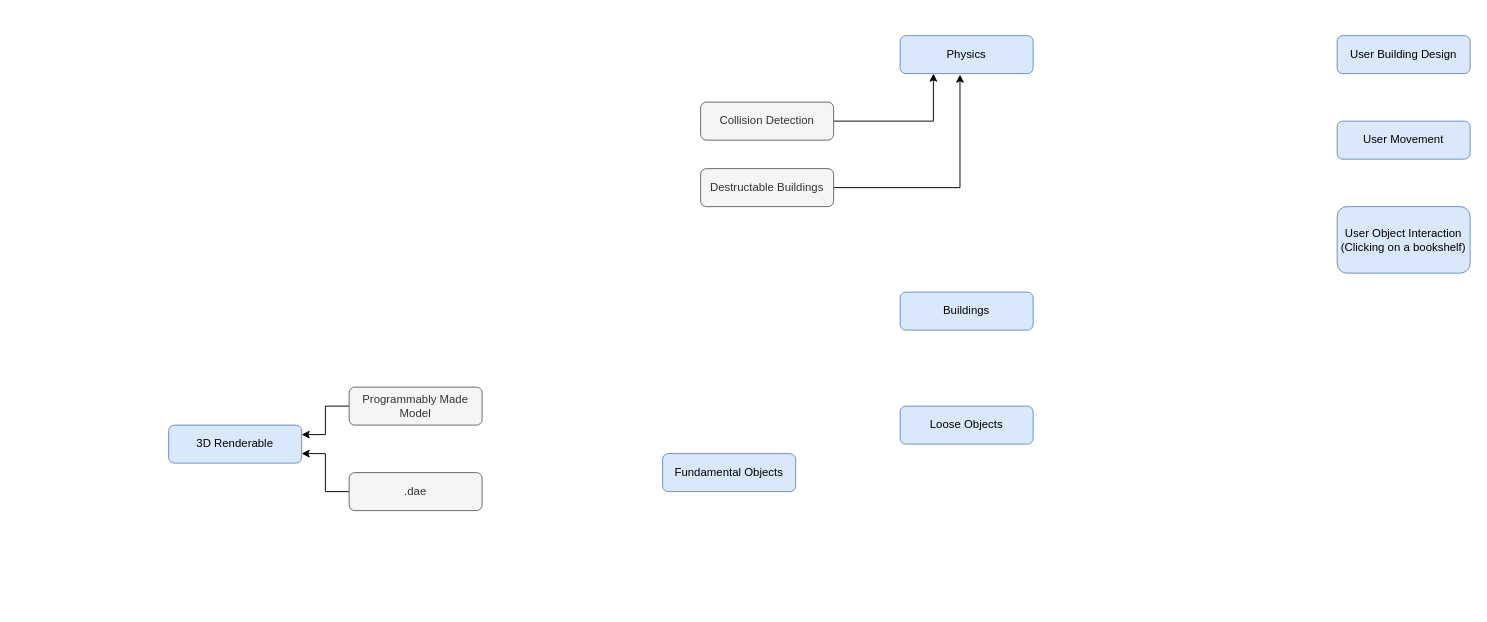
The draw.io diagram fobject.drawio in jsarasin/zombie_diagram, before the edit. Source tidied: cells renumbered, new cells numbered last; positions are measured from the earlier drawing's top-left corner, leaving out a move shared by most shapes. Both pictures are drawn from the tidied source at 95%, with x=0, y=0 at pixel (168, 35).
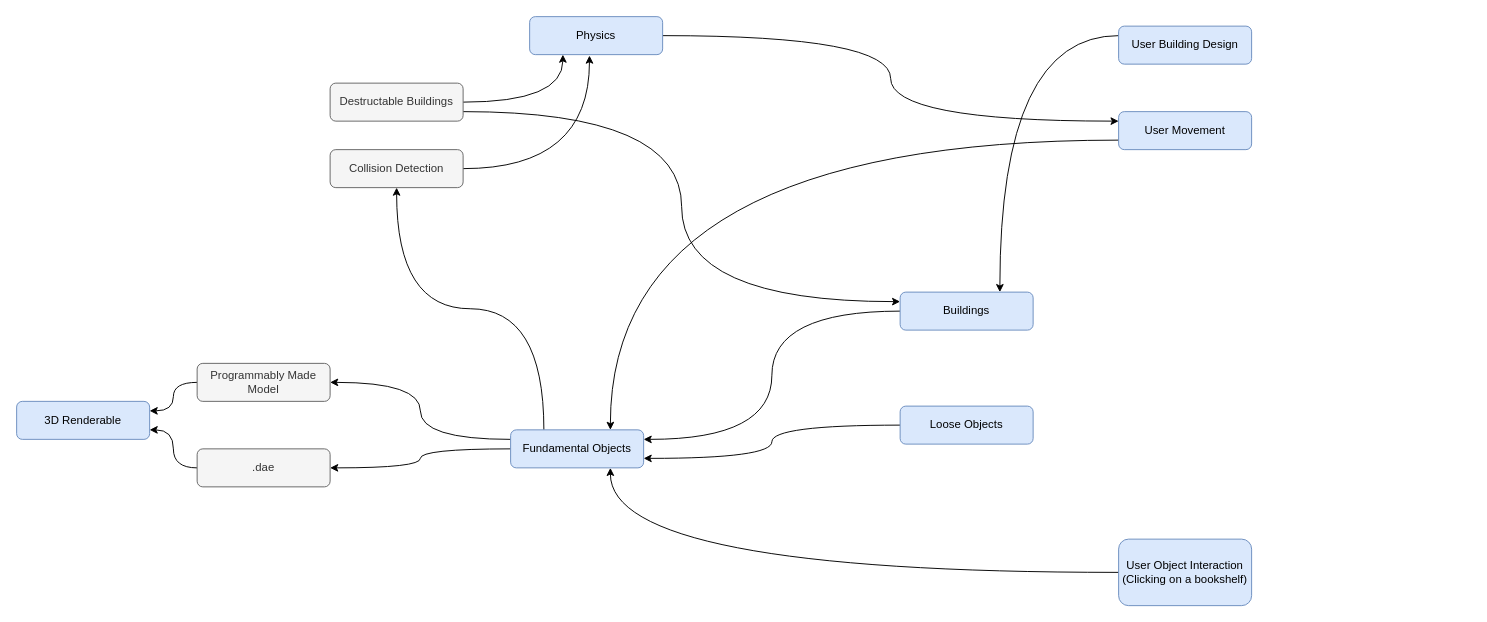
After the change.

Unchanged cells that the change refers to:
```xml
<mxCell id="10" value="Buildings" style="rounded=1;whiteSpace=wrap;html=1;fillColor=#dae8fc;strokeColor=#6c8ebf;" parent="1" vertex="1">
  <mxGeometry x="770" y="270" width="140" height="40" as="geometry" />
</mxCell>
<mxCell id="11" value="&lt;div&gt;Loose Objects&lt;/div&gt;" style="rounded=1;whiteSpace=wrap;html=1;fillColor=#dae8fc;strokeColor=#6c8ebf;" parent="1" vertex="1">
  <mxGeometry x="770" y="390" width="140" height="40" as="geometry" />
</mxCell>
```

Change to the diagram source:
```diff
@@
+    <mxCell id="18" style="edgeStyle=orthogonalEdgeStyle;jettySize=auto;html=1;exitX=1;exitY=0.5;exitDx=0;exitDy=0;entryX=0;entryY=0.25;entryDx=0;entryDy=0;curved=1;" parent="1" edge="1" source="2" target="8">
+      <mxGeometry relative="1" as="geometry" />
+    </mxCell>
     <mxCell id="2" value="Physics" style="rounded=1;whiteSpace=wrap;html=1;fillColor=#dae8fc;strokeColor=#6c8ebf;" parent="1" vertex="1">
-      <mxGeometry x="770" width="140" height="40" as="geometry" />
+      <mxGeometry x="380" y="-20" width="140" height="40" as="geometry" />
     </mxCell>
-    <mxCell id="3" style="edgeStyle=orthogonalEdgeStyle;rounded=0;jettySize=auto;html=1;exitX=1;exitY=0.5;exitDx=0;exitDy=0;entryX=0.25;entryY=1;entryDx=0;entryDy=0;" parent="1" edge="1" source="4" target="2">
+    <mxCell id="3" style="edgeStyle=orthogonalEdgeStyle;jettySize=auto;html=1;exitX=1;exitY=0.5;exitDx=0;exitDy=0;entryX=0.25;entryY=1;entryDx=0;entryDy=0;curved=1;" parent="1" edge="1" source="4" target="2">
       <mxGeometry relative="1" as="geometry" />
     </mxCell>
+    <mxCell id="19" style="edgeStyle=orthogonalEdgeStyle;jettySize=auto;html=1;exitX=1;exitY=0.75;exitDx=0;exitDy=0;entryX=0;entryY=0.25;entryDx=0;entryDy=0;curved=1;" parent="1" edge="1" source="4" target="10">
+      <mxGeometry relative="1" as="geometry" />
+    </mxCell>
-    <mxCell id="4" value="Collision Detection" style="rounded=1;whiteSpace=wrap;html=1;fillColor=#f5f5f5;strokeColor=#666666;fontColor=#333333;" parent="1" vertex="1">
-      <mxGeometry x="560" y="70" width="140" height="40" as="geometry" />
+    <mxCell id="4" value="Destructable Buildings" style="rounded=1;whiteSpace=wrap;html=1;fillColor=#f5f5f5;strokeColor=#666666;fontColor=#333333;" parent="1" vertex="1">
+      <mxGeometry x="170" y="50" width="140" height="40" as="geometry" />
     </mxCell>
-    <mxCell id="5" style="edgeStyle=orthogonalEdgeStyle;rounded=0;jettySize=auto;html=1;exitX=1;exitY=0.5;exitDx=0;exitDy=0;entryX=0.45;entryY=1.025;entryDx=0;entryDy=0;entryPerimeter=0;" parent="1" edge="1" source="6" target="2">
+    <mxCell id="5" style="edgeStyle=orthogonalEdgeStyle;jettySize=auto;html=1;exitX=1;exitY=0.5;exitDx=0;exitDy=0;entryX=0.45;entryY=1.025;entryDx=0;entryDy=0;entryPerimeter=0;curved=1;" parent="1" edge="1" source="6" target="2">
       <mxGeometry relative="1" as="geometry" />
     </mxCell>
-    <mxCell id="6" value="Destructable Buildings" style="rounded=1;whiteSpace=wrap;html=1;fillColor=#f5f5f5;strokeColor=#666666;fontColor=#333333;" parent="1" vertex="1">
-      <mxGeometry x="560" y="140" width="140" height="40" as="geometry" />
+    <mxCell id="6" value="Collision Detection" style="rounded=1;whiteSpace=wrap;html=1;fillColor=#f5f5f5;strokeColor=#666666;fontColor=#333333;" parent="1" vertex="1">
+      <mxGeometry x="170" y="120" width="140" height="40" as="geometry" />
     </mxCell>
+    <mxCell id="20" style="edgeStyle=orthogonalEdgeStyle;curved=1;jettySize=auto;html=1;exitX=0;exitY=0.25;exitDx=0;exitDy=0;entryX=0.75;entryY=0;entryDx=0;entryDy=0;" parent="1" edge="1" source="7" target="10">
+      <mxGeometry relative="1" as="geometry" />
+    </mxCell>
     <mxCell id="7" value="User Building Design" style="rounded=1;whiteSpace=wrap;html=1;fillColor=#dae8fc;strokeColor=#6c8ebf;" parent="1" vertex="1">
-      <mxGeometry x="1230" width="140" height="40" as="geometry" />
+      <mxGeometry x="1000" y="-10" width="140" height="40" as="geometry" />
     </mxCell>
+    <mxCell id="21" style="edgeStyle=orthogonalEdgeStyle;jettySize=auto;html=1;exitX=0;exitY=0.75;exitDx=0;exitDy=0;entryX=0.75;entryY=0;entryDx=0;entryDy=0;curved=1;" parent="1" edge="1" source="8" target="12">
+      <mxGeometry relative="1" as="geometry" />
+    </mxCell>
     <mxCell id="8" value="User Movement" style="rounded=1;whiteSpace=wrap;html=1;fillColor=#dae8fc;strokeColor=#6c8ebf;" parent="1" vertex="1">
-      <mxGeometry x="1230" y="90" width="140" height="40" as="geometry" />
+      <mxGeometry x="1000" y="80" width="140" height="40" as="geometry" />
     </mxCell>
+    <mxCell id="22" style="edgeStyle=orthogonalEdgeStyle;jettySize=auto;html=1;exitX=0;exitY=0.5;exitDx=0;exitDy=0;entryX=0.75;entryY=1;entryDx=0;entryDy=0;curved=1;" parent="1" edge="1" source="9" target="12">
+      <mxGeometry relative="1" as="geometry" />
+    </mxCell>
     <mxCell id="9" value="&lt;div&gt;User Object Interaction&lt;/div&gt;&lt;div&gt;(Clicking on a bookshelf)&lt;br&gt;&lt;/div&gt;" style="rounded=1;whiteSpace=wrap;html=1;fillColor=#dae8fc;strokeColor=#6c8ebf;" parent="1" vertex="1">
-      <mxGeometry x="1230" y="180" width="140" height="70" as="geometry" />
+      <mxGeometry x="1000" y="530" width="140" height="70" as="geometry" />
     </mxCell>
+    <mxCell id="23" style="edgeStyle=orthogonalEdgeStyle;jettySize=auto;html=1;exitX=0;exitY=0.5;exitDx=0;exitDy=0;entryX=1;entryY=0.25;entryDx=0;entryDy=0;curved=1;" parent="1" edge="1" source="10" target="12">
+      <mxGeometry relative="1" as="geometry" />
+    </mxCell>
@@
+    <mxCell id="24" style="edgeStyle=orthogonalEdgeStyle;jettySize=auto;html=1;exitX=0;exitY=0.5;exitDx=0;exitDy=0;entryX=1;entryY=0.75;entryDx=0;entryDy=0;curved=1;" parent="1" edge="1" source="11" target="12">
+      <mxGeometry relative="1" as="geometry" />
+    </mxCell>
@@
+    <mxCell id="25" style="edgeStyle=orthogonalEdgeStyle;jettySize=auto;html=1;exitX=0;exitY=0.25;exitDx=0;exitDy=0;entryX=1;entryY=0.5;entryDx=0;entryDy=0;curved=1;" parent="1" edge="1" source="12" target="15">
+      <mxGeometry relative="1" as="geometry" />
+    </mxCell>
+    <mxCell id="26" style="edgeStyle=orthogonalEdgeStyle;jettySize=auto;html=1;exitX=0;exitY=0.5;exitDx=0;exitDy=0;entryX=1;entryY=0.5;entryDx=0;entryDy=0;curved=1;" parent="1" edge="1" source="12" target="17">
+      <mxGeometry relative="1" as="geometry" />
+    </mxCell>
+    <mxCell id="27" style="edgeStyle=orthogonalEdgeStyle;jettySize=auto;html=1;exitX=0.25;exitY=0;exitDx=0;exitDy=0;entryX=0.5;entryY=1;entryDx=0;entryDy=0;curved=1;" parent="1" edge="1" source="12" target="6">
+      <mxGeometry relative="1" as="geometry" />
+    </mxCell>
     <mxCell id="12" value="Fundamental Objects" style="rounded=1;whiteSpace=wrap;html=1;fillColor=#dae8fc;strokeColor=#6c8ebf;" parent="1" vertex="1">
-      <mxGeometry x="520" y="440" width="140" height="40" as="geometry" />
+      <mxGeometry x="360" y="415" width="140" height="40" as="geometry" />
     </mxCell>
     <mxCell id="13" value="3D Renderable" style="rounded=1;whiteSpace=wrap;html=1;fillColor=#dae8fc;strokeColor=#6c8ebf;" parent="1" vertex="1">
-      <mxGeometry y="410" width="140" height="40" as="geometry" />
+      <mxGeometry x="-160" y="385" width="140" height="40" as="geometry" />
     </mxCell>
-    <mxCell id="14" style="edgeStyle=orthogonalEdgeStyle;rounded=0;jettySize=auto;html=1;exitX=0;exitY=0.5;exitDx=0;exitDy=0;entryX=1;entryY=0.25;entryDx=0;entryDy=0;" parent="1" edge="1" source="15" target="13">
+    <mxCell id="14" style="edgeStyle=orthogonalEdgeStyle;jettySize=auto;html=1;exitX=0;exitY=0.5;exitDx=0;exitDy=0;entryX=1;entryY=0.25;entryDx=0;entryDy=0;curved=1;" parent="1" edge="1" source="15" target="13">
       <mxGeometry relative="1" as="geometry" />
     </mxCell>
     <mxCell id="15" value="&lt;div&gt;Programmably Made&lt;/div&gt;&lt;div&gt;Model&lt;br&gt;&lt;/div&gt;" style="rounded=1;whiteSpace=wrap;html=1;fillColor=#f5f5f5;strokeColor=#666666;fontColor=#333333;" parent="1" vertex="1">
-      <mxGeometry x="190" y="370" width="140" height="40" as="geometry" />
+      <mxGeometry x="30" y="345" width="140" height="40" as="geometry" />
     </mxCell>
-    <mxCell id="16" style="edgeStyle=orthogonalEdgeStyle;rounded=0;jettySize=auto;html=1;exitX=0;exitY=0.5;exitDx=0;exitDy=0;entryX=1;entryY=0.75;entryDx=0;entryDy=0;" parent="1" edge="1" source="17" target="13">
+    <mxCell id="16" style="edgeStyle=orthogonalEdgeStyle;jettySize=auto;html=1;exitX=0;exitY=0.5;exitDx=0;exitDy=0;entryX=1;entryY=0.75;entryDx=0;entryDy=0;curved=1;" parent="1" edge="1" source="17" target="13">
       <mxGeometry relative="1" as="geometry" />
     </mxCell>
     <mxCell id="17" value=".dae" style="rounded=1;whiteSpace=wrap;html=1;fillColor=#f5f5f5;strokeColor=#666666;fontColor=#333333;" parent="1" vertex="1">
-      <mxGeometry x="190" y="460" width="140" height="40" as="geometry" />
+      <mxGeometry x="30" y="435" width="140" height="40" as="geometry" />
     </mxCell>
```
